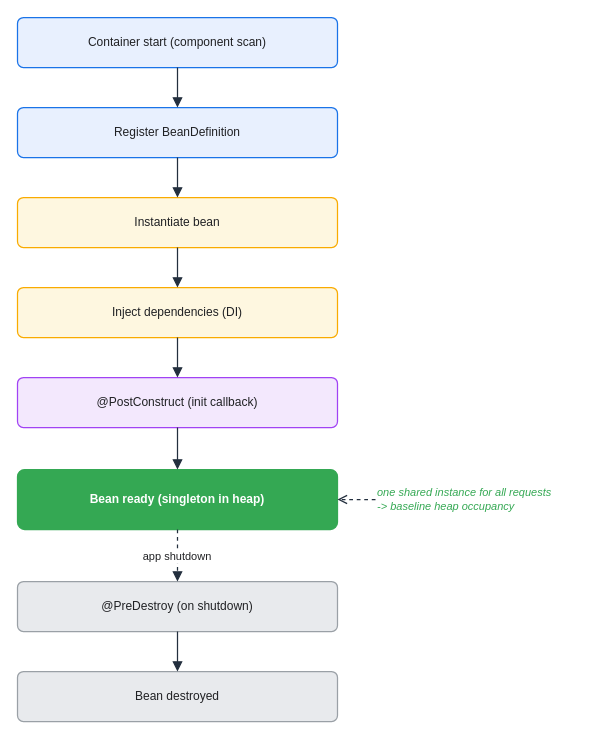
Earlier version of the draw.io diagram assets/img/spring/spring-04-bean-lifecycle.drawio (KKamJi98/kkamji98.github.io). Source tidied: cells renumbered, new cells numbered last; positions are measured from the earlier drawing's top-left corner, leaving out a move shared by most shapes. Both pictures are drawn from the tidied source at 100%, with x=0, y=0 at pixel (17, 17).
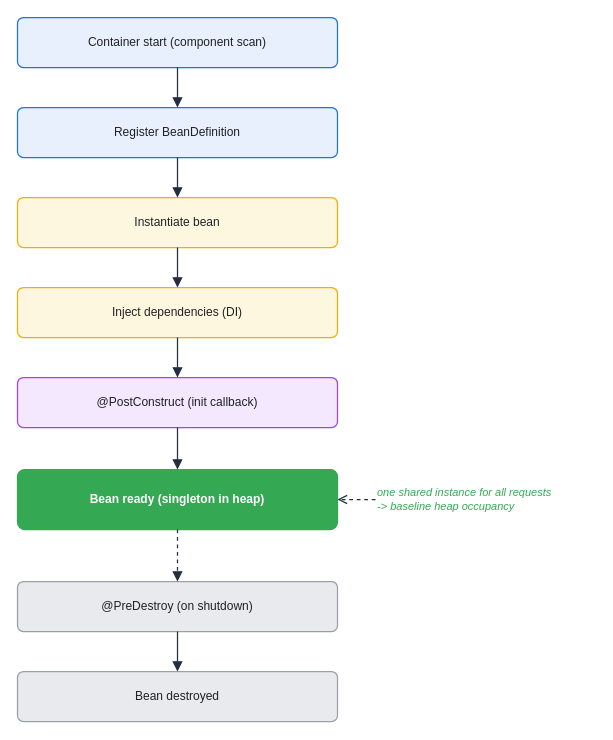
After the change.

Diff of the diagram source:
```diff
@@
 <mxGraphModel background="#FFFFFF">
   <root>
     <mxCell id="0" />
     <mxCell id="1" parent="0" />
     <mxCell id="2" value="Container start (component scan)" style="rounded=1;whiteSpace=wrap;html=0;arcSize=12;shadow=0;fillColor=#E8F0FE;strokeColor=#1A73E8;fontColor=#202124;strokeWidth=1.25;" parent="1" vertex="1">
       <mxGeometry width="320" height="50" as="geometry" />
     </mxCell>
     <mxCell id="3" value="Register BeanDefinition" style="rounded=1;whiteSpace=wrap;html=0;arcSize=12;shadow=0;fillColor=#E8F0FE;strokeColor=#1A73E8;fontColor=#202124;strokeWidth=1.25;" parent="1" vertex="1">
       <mxGeometry y="90" width="320" height="50" as="geometry" />
     </mxCell>
     <mxCell id="4" value="Instantiate bean" style="rounded=1;whiteSpace=wrap;html=0;arcSize=12;shadow=0;fillColor=#FEF7E0;strokeColor=#F9AB00;fontColor=#202124;strokeWidth=1.25;" parent="1" vertex="1">
       <mxGeometry y="180" width="320" height="50" as="geometry" />
     </mxCell>
     <mxCell id="5" value="Inject dependencies (DI)" style="rounded=1;whiteSpace=wrap;html=0;arcSize=12;shadow=0;fillColor=#FEF7E0;strokeColor=#F9AB00;fontColor=#202124;strokeWidth=1.25;" parent="1" vertex="1">
       <mxGeometry y="270" width="320" height="50" as="geometry" />
     </mxCell>
     <mxCell id="6" value="@PostConstruct (init callback)" style="rounded=1;whiteSpace=wrap;html=0;arcSize=12;shadow=0;fillColor=#F3E8FD;strokeColor=#A142F4;fontColor=#202124;strokeWidth=1.25;" parent="1" vertex="1">
       <mxGeometry y="360" width="320" height="50" as="geometry" />
     </mxCell>
     <mxCell id="7" value="Bean ready (singleton in heap)" style="rounded=1;whiteSpace=wrap;html=0;arcSize=12;shadow=0;fillColor=#34A853;strokeColor=#34A853;fontColor=#FFFFFF;fontStyle=1;strokeWidth=1.25;" parent="1" vertex="1">
       <mxGeometry y="452" width="320" height="60" as="geometry" />
     </mxCell>
     <mxCell id="8" value="@PreDestroy (on shutdown)" style="rounded=1;whiteSpace=wrap;html=0;arcSize=12;shadow=0;fillColor=#E8EAED;strokeColor=#9AA0A6;fontColor=#202124;strokeWidth=1.25;" parent="1" vertex="1">
       <mxGeometry y="564" width="320" height="50" as="geometry" />
     </mxCell>
     <mxCell id="9" value="Bean destroyed" style="rounded=1;whiteSpace=wrap;html=0;arcSize=12;shadow=0;fillColor=#E8EAED;strokeColor=#9AA0A6;fontColor=#202124;strokeWidth=1.25;" parent="1" vertex="1">
       <mxGeometry y="654" width="320" height="50" as="geometry" />
     </mxCell>
     <mxCell id="10" value="one shared instance for all requests&#10;-&gt; baseline heap occupancy" style="text;html=0;align=left;verticalAlign=middle;whiteSpace=wrap;fontSize=11;fontColor=#34A853;fontStyle=2;" parent="1" vertex="1">
       <mxGeometry x="358" y="452" width="220" height="60" as="geometry" />
     </mxCell>
     <mxCell id="11" style="edgeStyle=orthogonalEdgeStyle;rounded=1;html=0;strokeColor=#232F3E;fontColor=#202124;labelBackgroundColor=none;endArrow=block;exitX=0.5;exitY=1;exitDx=0;exitDy=0;entryX=0.5;entryY=0;entryDx=0;entryDy=0;strokeWidth=1.25;endSize=7;" parent="1" edge="1" source="2" target="3">
       <mxGeometry relative="1" as="geometry" />
     </mxCell>
     <mxCell id="12" style="edgeStyle=orthogonalEdgeStyle;rounded=1;html=0;strokeColor=#232F3E;fontColor=#202124;labelBackgroundColor=none;endArrow=block;exitX=0.5;exitY=1;exitDx=0;exitDy=0;entryX=0.5;entryY=0;entryDx=0;entryDy=0;strokeWidth=1.25;endSize=7;" parent="1" edge="1" source="3" target="4">
       <mxGeometry relative="1" as="geometry" />
     </mxCell>
     <mxCell id="13" style="edgeStyle=orthogonalEdgeStyle;rounded=1;html=0;strokeColor=#232F3E;fontColor=#202124;labelBackgroundColor=none;endArrow=block;exitX=0.5;exitY=1;exitDx=0;exitDy=0;entryX=0.5;entryY=0;entryDx=0;entryDy=0;strokeWidth=1.25;endSize=7;" parent="1" edge="1" source="4" target="5">
       <mxGeometry relative="1" as="geometry" />
     </mxCell>
     <mxCell id="14" style="edgeStyle=orthogonalEdgeStyle;rounded=1;html=0;strokeColor=#232F3E;fontColor=#202124;labelBackgroundColor=none;endArrow=block;exitX=0.5;exitY=1;exitDx=0;exitDy=0;entryX=0.5;entryY=0;entryDx=0;entryDy=0;strokeWidth=1.25;endSize=7;" parent="1" edge="1" source="5" target="6">
       <mxGeometry relative="1" as="geometry" />
     </mxCell>
     <mxCell id="15" style="edgeStyle=orthogonalEdgeStyle;rounded=1;html=0;strokeColor=#232F3E;fontColor=#202124;labelBackgroundColor=none;endArrow=block;exitX=0.5;exitY=1;exitDx=0;exitDy=0;entryX=0.5;entryY=0;entryDx=0;entryDy=0;strokeWidth=1.25;endSize=7;" parent="1" edge="1" source="6" target="7">
       <mxGeometry relative="1" as="geometry" />
     </mxCell>
-    <mxCell id="16" value="app shutdown" style="edgeStyle=orthogonalEdgeStyle;rounded=1;html=0;dashed=1;strokeColor=#232F3E;fontColor=#202124;labelBackgroundColor=#FFFFFF;endArrow=block;exitX=0.5;exitY=1;exitDx=0;exitDy=0;entryX=0.5;entryY=0;entryDx=0;entryDy=0;strokeWidth=1.25;endSize=7;" parent="1" edge="1" source="7" target="8">
+    <mxCell id="16" style="edgeStyle=orthogonalEdgeStyle;rounded=1;html=0;dashed=1;strokeColor=#232F3E;fontColor=#202124;labelBackgroundColor=none;endArrow=block;exitX=0.5;exitY=1;exitDx=0;exitDy=0;entryX=0.5;entryY=0;entryDx=0;entryDy=0;strokeWidth=1.25;endSize=7;" parent="1" edge="1" source="7" target="8">
       <mxGeometry relative="1" as="geometry" />
     </mxCell>
     <mxCell id="17" style="edgeStyle=orthogonalEdgeStyle;rounded=1;html=0;strokeColor=#232F3E;fontColor=#202124;labelBackgroundColor=none;endArrow=block;exitX=0.5;exitY=1;exitDx=0;exitDy=0;entryX=0.5;entryY=0;entryDx=0;entryDy=0;strokeWidth=1.25;endSize=7;" parent="1" edge="1" source="8" target="9">
       <mxGeometry relative="1" as="geometry" />
     </mxCell>
     <mxCell id="18" style="edgeStyle=orthogonalEdgeStyle;rounded=1;html=0;dashed=1;strokeColor=#232F3E;fontColor=#202124;labelBackgroundColor=none;endArrow=open;endSize=7;exitX=0;exitY=0.5;exitDx=0;exitDy=0;entryX=1;entryY=0.5;entryDx=0;entryDy=0;strokeWidth=1.25;" parent="1" edge="1" source="10" target="7">
       <mxGeometry relative="1" as="geometry" />
     </mxCell>
   </root>
 </mxGraphModel>
```
